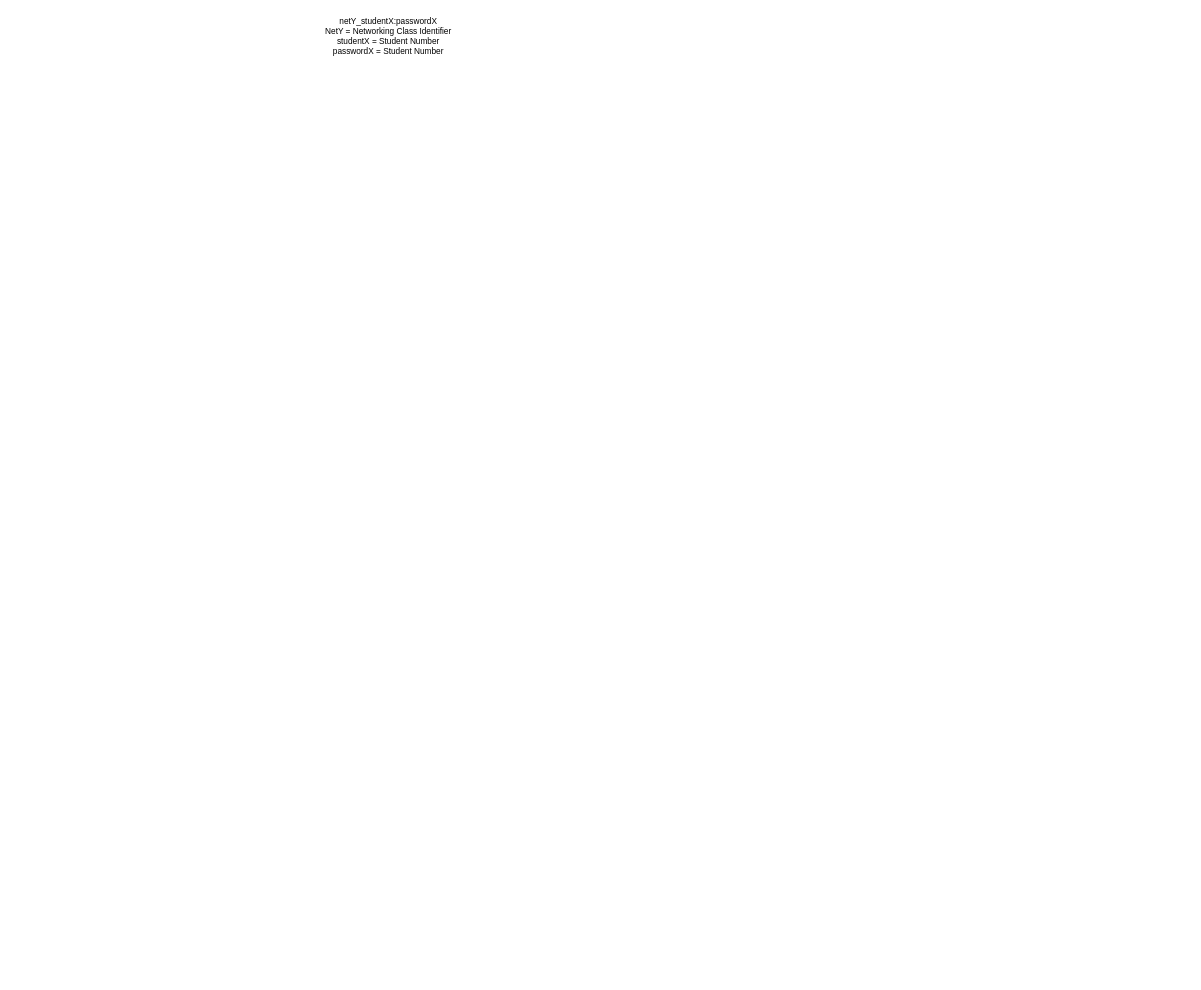
This is page "T1 to T3" (2 of 3) of Networking/Greenberg/Network Map.drawio from TheWaltuh/COSC-Notes, a draw.io file, before an edit. Source tidied: cells renumbered, new cells numbered last; positions are measured from the earlier drawing's top-left corner, leaving out a move shared by most shapes. Both pictures are drawn from the tidied source at 69%, with x=0, y=0 at pixel (315, 12).
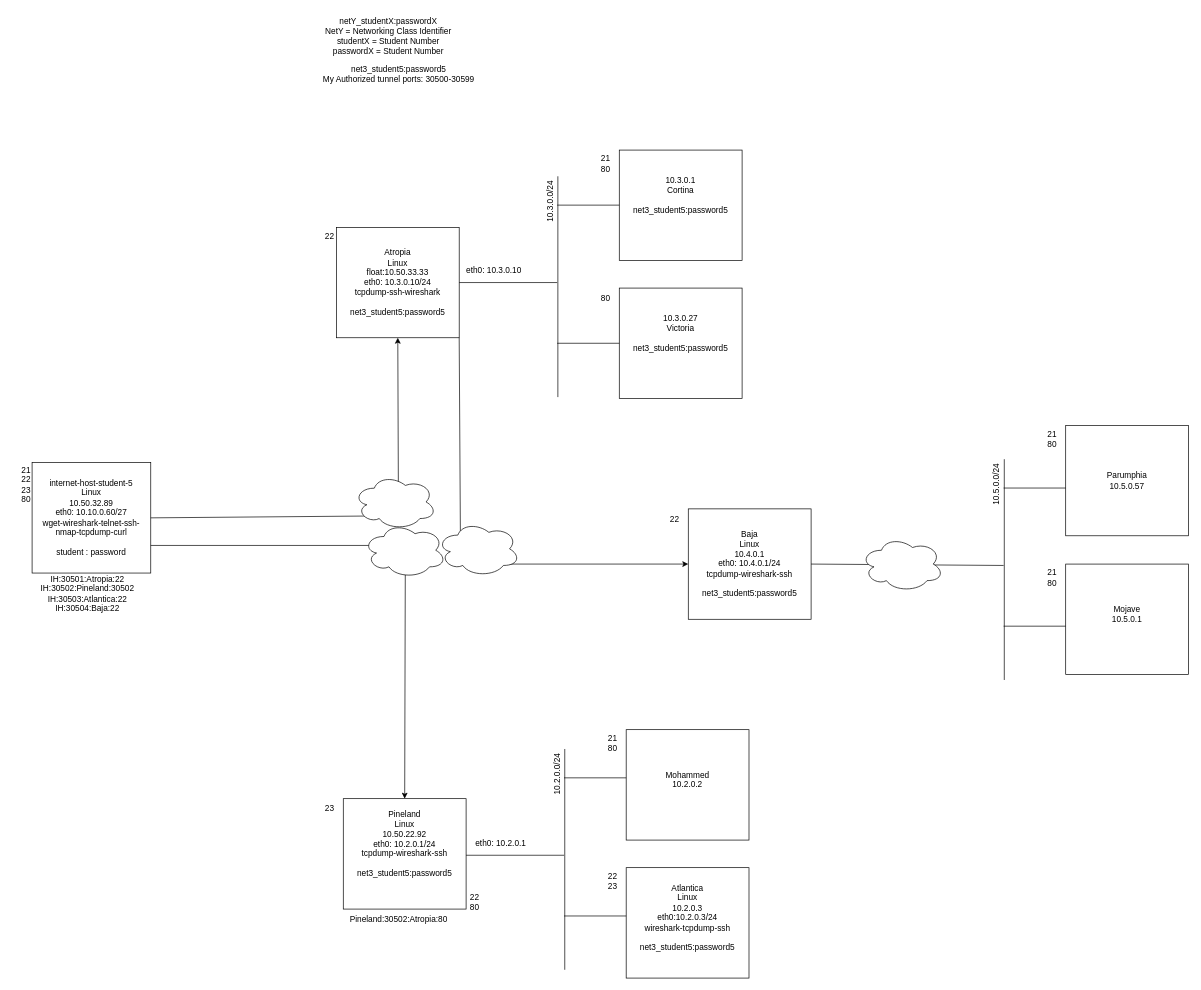
The same page after the edit.

Change to the diagram source:
```diff
@@
+    <mxCell id="3" value="&lt;div&gt;net3_student5:password5&lt;/div&gt;&lt;div&gt;My Authorized tunnel ports: 30500-30599&lt;br&gt;&lt;/div&gt;" style="text;html=1;align=center;verticalAlign=middle;strokeColor=none;fillColor=none;" parent="1" vertex="1">
+      <mxGeometry y="70" width="240" height="40" as="geometry" />
+    </mxCell>
+    <mxCell id="4" value="&lt;div&gt;Atropia&lt;br&gt;&lt;/div&gt;&lt;div&gt;Linux&lt;br&gt;&lt;/div&gt;&lt;div&gt;float:10.50.33.33&lt;/div&gt;&lt;div&gt;eth0: 10.3.0.10/24&lt;/div&gt;&lt;div&gt;tcpdump-ssh-wireshark&lt;/div&gt;&lt;div&gt;&lt;br&gt;&lt;/div&gt;&lt;div&gt;net3_student5:password5&lt;br&gt;&lt;/div&gt;" style="rounded=0;whiteSpace=wrap;html=1;" parent="1" vertex="1">
+      <mxGeometry x="30" y="312" width="178" height="160" as="geometry" />
+    </mxCell>
+    <mxCell id="5" value="22" style="text;html=1;align=center;verticalAlign=middle;strokeColor=none;fillColor=none;" parent="1" vertex="1">
+      <mxGeometry y="310" width="40" height="30" as="geometry" />
+    </mxCell>
+    <mxCell id="6" value="&lt;div&gt;10.3.0.27&lt;/div&gt;&lt;div&gt;Victoria&lt;/div&gt;&lt;div&gt;&lt;br&gt;&lt;/div&gt;&lt;div&gt;net3_student5:password5&lt;br&gt;&lt;/div&gt;&lt;div&gt;&lt;br&gt;&lt;/div&gt;&lt;div&gt;&lt;br&gt;&lt;/div&gt;" style="rounded=0;whiteSpace=wrap;html=1;" parent="1" vertex="1">
+      <mxGeometry x="440" y="400" width="178" height="160" as="geometry" />
+    </mxCell>
+    <mxCell id="7" value="80" style="text;html=1;align=center;verticalAlign=middle;strokeColor=none;fillColor=none;" parent="1" vertex="1">
+      <mxGeometry x="400" y="400" width="40" height="30" as="geometry" />
+    </mxCell>
+    <mxCell id="8" value="&lt;div&gt;10.3.0.1&lt;/div&gt;&lt;div&gt;Cortina&lt;/div&gt;&lt;div&gt;&lt;br&gt;&lt;/div&gt;&lt;div&gt;net3_student5:password5&lt;br&gt;&lt;/div&gt;&lt;div&gt;&lt;br&gt;&lt;/div&gt;&lt;div&gt;&lt;br&gt;&lt;/div&gt;" style="rounded=0;whiteSpace=wrap;html=1;" parent="1" vertex="1">
+      <mxGeometry x="440" y="200" width="178" height="160" as="geometry" />
+    </mxCell>
+    <mxCell id="9" value="&lt;div&gt;21&lt;/div&gt;&lt;div&gt;80&lt;br&gt;&lt;/div&gt;" style="text;html=1;align=center;verticalAlign=middle;strokeColor=none;fillColor=none;" parent="1" vertex="1">
+      <mxGeometry x="400" y="200" width="40" height="40" as="geometry" />
+    </mxCell>
+    <mxCell id="10" value="&lt;div&gt;Mojave&lt;/div&gt;&lt;div&gt;10.5.0.1&lt;/div&gt;&lt;div&gt;&lt;br&gt;&lt;/div&gt;" style="rounded=0;whiteSpace=wrap;html=1;" parent="1" vertex="1">
+      <mxGeometry x="1087" y="800" width="178" height="160" as="geometry" />
+    </mxCell>
+    <mxCell id="11" value="&lt;div&gt;Parumphia&lt;/div&gt;&lt;div&gt;10.5.0.57&lt;br&gt;&lt;/div&gt;" style="rounded=0;whiteSpace=wrap;html=1;" parent="1" vertex="1">
+      <mxGeometry x="1087" y="599" width="178" height="160" as="geometry" />
+    </mxCell>
+    <mxCell id="12" value="&lt;div&gt;21&lt;/div&gt;&lt;div&gt;80&lt;br&gt;&lt;/div&gt;" style="text;html=1;align=center;verticalAlign=middle;strokeColor=none;fillColor=none;" parent="1" vertex="1">
+      <mxGeometry x="1047" y="800" width="40" height="40" as="geometry" />
+    </mxCell>
+    <mxCell id="13" value="&lt;div&gt;21&lt;/div&gt;&lt;div&gt;80&lt;br&gt;&lt;/div&gt;" style="text;html=1;align=center;verticalAlign=middle;strokeColor=none;fillColor=none;" parent="1" vertex="1">
+      <mxGeometry x="1047" y="599" width="40" height="40" as="geometry" />
+    </mxCell>
+    <mxCell id="14" value="&lt;div&gt;IH:30501:Atropia:22&lt;/div&gt;&lt;div&gt;IH:30502:Pineland:30502&lt;/div&gt;&lt;div&gt;IH:30503:Atlantica:22&lt;/div&gt;&lt;div&gt;IH:30504:Baja:22&lt;br&gt;&lt;/div&gt;" style="text;html=1;align=center;verticalAlign=middle;strokeColor=none;fillColor=none;" parent="1" vertex="1">
+      <mxGeometry x="-411" y="808" width="160" height="70" as="geometry" />
+    </mxCell>
+    <mxCell id="15" value="&lt;div&gt;Baja&lt;/div&gt;&lt;div&gt;Linux&lt;/div&gt;&lt;div&gt;10.4.0.1&lt;br&gt;&lt;/div&gt;&lt;div&gt;eth0: 10.4.0.1/24&lt;/div&gt;&lt;div&gt;tcpdump-wireshark-ssh&lt;br&gt;&lt;/div&gt;&lt;div&gt;&lt;br&gt;&lt;/div&gt;&lt;div&gt;net3_student5:password5&lt;br&gt;&lt;/div&gt;" style="rounded=0;whiteSpace=wrap;html=1;" parent="1" vertex="1">
+      <mxGeometry x="540" y="720" width="178" height="160" as="geometry" />
+    </mxCell>
+    <mxCell id="16" value="&lt;div&gt;internet-host-student-5&lt;/div&gt;&lt;div&gt;Linux&lt;br&gt;&lt;/div&gt;&lt;div&gt;10.50.32.89&lt;/div&gt;&lt;div&gt;eth0: 10.10.0.60/27&lt;/div&gt;&lt;div&gt;wget-wireshark-telnet-ssh-nmap-tcpdump-curl&lt;/div&gt;&lt;div&gt;&lt;br&gt;&lt;/div&gt;&lt;div&gt;student : password&lt;br&gt;&lt;/div&gt;" style="rounded=0;whiteSpace=wrap;html=1;" parent="1" vertex="1">
+      <mxGeometry x="-411" y="653" width="172" height="160" as="geometry" />
+    </mxCell>
+    <mxCell id="17" value="&lt;div&gt;21&lt;/div&gt;&lt;div&gt;22&lt;/div&gt;&lt;div&gt;23&lt;/div&gt;&lt;div&gt;80&lt;br&gt;&lt;/div&gt;" style="text;html=1;align=center;verticalAlign=middle;strokeColor=none;fillColor=none;" parent="1" vertex="1">
+      <mxGeometry x="-440" y="650" width="40" height="70" as="geometry" />
+    </mxCell>
+    <mxCell id="18" value="&lt;div&gt;Pineland&lt;br&gt;&lt;/div&gt;&lt;div&gt;Linux&lt;br&gt;&lt;/div&gt;&lt;div&gt;10.50.22.92&lt;/div&gt;&lt;div&gt;eth0: 10.2.0.1/24&lt;/div&gt;&lt;div&gt;tcpdump-wireshark-ssh&lt;br&gt;&lt;/div&gt;&lt;div&gt;&lt;br&gt;&lt;/div&gt;&lt;div&gt;net3_student5:password5&lt;br&gt;&lt;/div&gt;&lt;div&gt;&lt;br&gt;&lt;/div&gt;&lt;div&gt;&lt;br&gt;&lt;/div&gt;" style="rounded=0;whiteSpace=wrap;html=1;" parent="1" vertex="1">
+      <mxGeometry x="40" y="1140" width="178" height="160" as="geometry" />
+    </mxCell>
+    <mxCell id="19" value="&lt;div&gt;23&lt;/div&gt;" style="text;html=1;align=center;verticalAlign=middle;strokeColor=none;fillColor=none;" parent="1" vertex="1">
+      <mxGeometry y="1140" width="40" height="30" as="geometry" />
+    </mxCell>
+    <mxCell id="20" value="&lt;div&gt;22&lt;/div&gt;&lt;div&gt;80&lt;br&gt;&lt;/div&gt;" style="text;html=1;align=center;verticalAlign=middle;strokeColor=none;fillColor=none;" parent="1" vertex="1">
+      <mxGeometry x="210" y="1270" width="40" height="40" as="geometry" />
+    </mxCell>
+    <mxCell id="21" value="&lt;div&gt;Mohammed&lt;/div&gt;&lt;div&gt;10.2.0.2&lt;/div&gt;&lt;div&gt;&lt;br&gt;&lt;/div&gt;" style="rounded=0;whiteSpace=wrap;html=1;" parent="1" vertex="1">
+      <mxGeometry x="450" y="1040" width="178" height="160" as="geometry" />
+    </mxCell>
+    <mxCell id="22" value="&lt;div&gt;21&lt;/div&gt;&lt;div&gt;80&lt;br&gt;&lt;/div&gt;" style="text;html=1;align=center;verticalAlign=middle;strokeColor=none;fillColor=none;" parent="1" vertex="1">
+      <mxGeometry x="410" y="1040" width="40" height="40" as="geometry" />
+    </mxCell>
+    <mxCell id="23" value="&lt;div&gt;Atlantica&lt;/div&gt;&lt;div&gt;Linux&lt;/div&gt;&lt;div&gt;10.2.0.3&lt;br&gt;&lt;/div&gt;&lt;div&gt;eth0:10.2.0.3/24&lt;/div&gt;&lt;div&gt;wireshark-tcpdump-ssh&lt;br&gt;&lt;/div&gt;&lt;div&gt;&lt;br&gt;&lt;/div&gt;&lt;div&gt;net3_student5:password5&lt;br&gt;&lt;/div&gt;&lt;div&gt;&lt;br&gt;&lt;/div&gt;" style="rounded=0;whiteSpace=wrap;html=1;" parent="1" vertex="1">
+      <mxGeometry x="450" y="1240" width="178" height="160" as="geometry" />
+    </mxCell>
+    <mxCell id="24" value="&lt;div&gt;22&lt;/div&gt;&lt;div&gt;23&lt;br&gt;&lt;/div&gt;" style="text;html=1;align=center;verticalAlign=middle;strokeColor=none;fillColor=none;" parent="1" vertex="1">
+      <mxGeometry x="410" y="1240" width="40" height="40" as="geometry" />
+    </mxCell>
+    <mxCell id="25" style="endArrow=classic;html=1;rounded=0;exitX=1;exitY=0.5;exitDx=0;exitDy=0;entryX=0.5;entryY=1;entryDx=0;entryDy=0;" parent="1" edge="1" source="16" target="4">
+      <mxGeometry relative="1" as="geometry">
+        <Array as="points">
+          <mxPoint x="120" y="730" />
+        </Array>
+      </mxGeometry>
+    </mxCell>
+    <mxCell id="26" style="endArrow=classic;html=1;rounded=0;exitX=1;exitY=0.75;exitDx=0;exitDy=0;entryX=0.5;entryY=0;entryDx=0;entryDy=0;" parent="1" edge="1" source="16" target="18">
+      <mxGeometry relative="1" as="geometry">
+        <Array as="points">
+          <mxPoint x="130" y="773" />
+        </Array>
+      </mxGeometry>
+    </mxCell>
+    <mxCell id="27" style="ellipse;shape=cloud;whiteSpace=wrap;html=1;" parent="1" vertex="1">
+      <mxGeometry x="55" y="670" width="120" height="80" as="geometry" />
+    </mxCell>
+    <mxCell id="28" style="ellipse;shape=cloud;whiteSpace=wrap;html=1;" parent="1" vertex="1">
+      <mxGeometry x="69" y="740" width="120" height="80" as="geometry" />
+    </mxCell>
+    <mxCell id="29" style="endArrow=none;html=1;rounded=0;exitX=1;exitY=0.5;exitDx=0;exitDy=0;" parent="1" edge="1" source="4">
+      <mxGeometry relative="1" as="geometry">
+        <mxPoint x="350" y="392" as="targetPoint" />
+      </mxGeometry>
+    </mxCell>
+    <mxCell id="30" style="endArrow=none;html=1;rounded=0;" parent="1" edge="1">
+      <mxGeometry relative="1" as="geometry">
+        <mxPoint x="351" y="558" as="sourcePoint" />
+        <mxPoint x="351" y="238" as="targetPoint" />
+      </mxGeometry>
+    </mxCell>
+    <mxCell id="31" value="&lt;div&gt;10.3.0.0/24&lt;/div&gt;" style="text;html=1;align=center;verticalAlign=middle;strokeColor=none;fillColor=none;rotation=-90;" parent="1" vertex="1">
+      <mxGeometry x="300" y="260" width="80" height="30" as="geometry" />
+    </mxCell>
+    <mxCell id="32" value="eth0: 10.3.0.10" style="text;html=1;align=center;verticalAlign=middle;strokeColor=none;fillColor=none;" parent="1" vertex="1">
+      <mxGeometry x="208" y="360" width="100" height="30" as="geometry" />
+    </mxCell>
+    <mxCell id="33" style="endArrow=none;html=1;rounded=0;entryX=0;entryY=0.5;entryDx=0;entryDy=0;" parent="1" edge="1" target="6">
+      <mxGeometry relative="1" as="geometry">
+        <mxPoint x="350" y="480" as="sourcePoint" />
+      </mxGeometry>
+    </mxCell>
+    <mxCell id="34" style="endArrow=none;html=1;rounded=0;entryX=0;entryY=0.5;entryDx=0;entryDy=0;" parent="1" edge="1">
+      <mxGeometry relative="1" as="geometry">
+        <mxPoint x="350" y="279.8" as="sourcePoint" />
+        <mxPoint x="440" y="279.8" as="targetPoint" />
+      </mxGeometry>
+    </mxCell>
+    <mxCell id="35" value="Pineland:30502:Atropia:80" style="text;html=1;align=center;verticalAlign=middle;strokeColor=none;fillColor=none;" parent="1" vertex="1">
+      <mxGeometry x="40" y="1300" width="160" height="30" as="geometry" />
+    </mxCell>
+    <mxCell id="36" style="endArrow=none;html=1;rounded=0;exitX=1;exitY=0.5;exitDx=0;exitDy=0;" parent="1" edge="1">
+      <mxGeometry relative="1" as="geometry">
+        <mxPoint x="218" y="1222" as="sourcePoint" />
+        <mxPoint x="360" y="1222" as="targetPoint" />
+      </mxGeometry>
+    </mxCell>
+    <mxCell id="37" style="endArrow=none;html=1;rounded=0;" parent="1" edge="1">
+      <mxGeometry relative="1" as="geometry">
+        <mxPoint x="361" y="1388" as="sourcePoint" />
+        <mxPoint x="361" y="1068" as="targetPoint" />
+      </mxGeometry>
+    </mxCell>
+    <mxCell id="38" value="&lt;div&gt;10.2.0.0/24&lt;/div&gt;" style="text;html=1;align=center;verticalAlign=middle;strokeColor=none;fillColor=none;rotation=-90;" parent="1" vertex="1">
+      <mxGeometry x="310" y="1090" width="80" height="30" as="geometry" />
+    </mxCell>
+    <mxCell id="39" value="eth0: 10.2.0.1" style="text;html=1;align=center;verticalAlign=middle;strokeColor=none;fillColor=none;" parent="1" vertex="1">
+      <mxGeometry x="218" y="1190" width="100" height="30" as="geometry" />
+    </mxCell>
+    <mxCell id="40" style="endArrow=none;html=1;rounded=0;entryX=0;entryY=0.5;entryDx=0;entryDy=0;" parent="1" edge="1">
+      <mxGeometry relative="1" as="geometry">
+        <mxPoint x="360" y="1310" as="sourcePoint" />
+        <mxPoint x="450" y="1310" as="targetPoint" />
+      </mxGeometry>
+    </mxCell>
+    <mxCell id="41" style="endArrow=none;html=1;rounded=0;entryX=0;entryY=0.5;entryDx=0;entryDy=0;" parent="1" edge="1">
+      <mxGeometry relative="1" as="geometry">
+        <mxPoint x="360" y="1109.8" as="sourcePoint" />
+        <mxPoint x="450" y="1109.8" as="targetPoint" />
+      </mxGeometry>
+    </mxCell>
+    <mxCell id="42" value="22" style="text;html=1;align=center;verticalAlign=middle;strokeColor=none;fillColor=none;" parent="1" vertex="1">
+      <mxGeometry x="500" y="720" width="40" height="30" as="geometry" />
+    </mxCell>
+    <mxCell id="43" style="endArrow=classic;html=1;rounded=0;exitX=1;exitY=1;exitDx=0;exitDy=0;entryX=0;entryY=0.5;entryDx=0;entryDy=0;" parent="1" edge="1" source="4" target="15">
+      <mxGeometry relative="1" as="geometry">
+        <Array as="points">
+          <mxPoint x="210" y="800" />
+        </Array>
+      </mxGeometry>
+    </mxCell>
+    <mxCell id="44" style="ellipse;shape=cloud;whiteSpace=wrap;html=1;" parent="1" vertex="1">
+      <mxGeometry x="176" y="738" width="120" height="80" as="geometry" />
+    </mxCell>
+    <mxCell id="45" style="endArrow=none;html=1;rounded=0;exitX=1;exitY=0.5;exitDx=0;exitDy=0;" parent="1" edge="1" source="15">
+      <mxGeometry relative="1" as="geometry">
+        <mxPoint x="997" y="802" as="targetPoint" />
+      </mxGeometry>
+    </mxCell>
+    <mxCell id="46" style="endArrow=none;html=1;rounded=0;" parent="1" edge="1">
+      <mxGeometry relative="1" as="geometry">
+        <mxPoint x="998" y="968" as="sourcePoint" />
+        <mxPoint x="998" y="648" as="targetPoint" />
+      </mxGeometry>
+    </mxCell>
+    <mxCell id="47" value="&lt;div&gt;10.5.0.0/24&lt;/div&gt;" style="text;html=1;align=center;verticalAlign=middle;strokeColor=none;fillColor=none;rotation=-90;" parent="1" vertex="1">
+      <mxGeometry x="947" y="670" width="80" height="30" as="geometry" />
+    </mxCell>
+    <mxCell id="48" style="endArrow=none;html=1;rounded=0;entryX=0;entryY=0.5;entryDx=0;entryDy=0;" parent="1" edge="1">
+      <mxGeometry relative="1" as="geometry">
+        <mxPoint x="997" y="890" as="sourcePoint" />
+        <mxPoint x="1087" y="890" as="targetPoint" />
+      </mxGeometry>
+    </mxCell>
+    <mxCell id="49" style="endArrow=none;html=1;rounded=0;entryX=0;entryY=0.5;entryDx=0;entryDy=0;" parent="1" edge="1">
+      <mxGeometry relative="1" as="geometry">
+        <mxPoint x="997" y="689.8" as="sourcePoint" />
+        <mxPoint x="1087" y="689.8" as="targetPoint" />
+      </mxGeometry>
+    </mxCell>
+    <mxCell id="50" style="ellipse;shape=cloud;whiteSpace=wrap;html=1;" parent="1" vertex="1">
+      <mxGeometry x="790" y="760" width="120" height="80" as="geometry" />
+    </mxCell>
```
